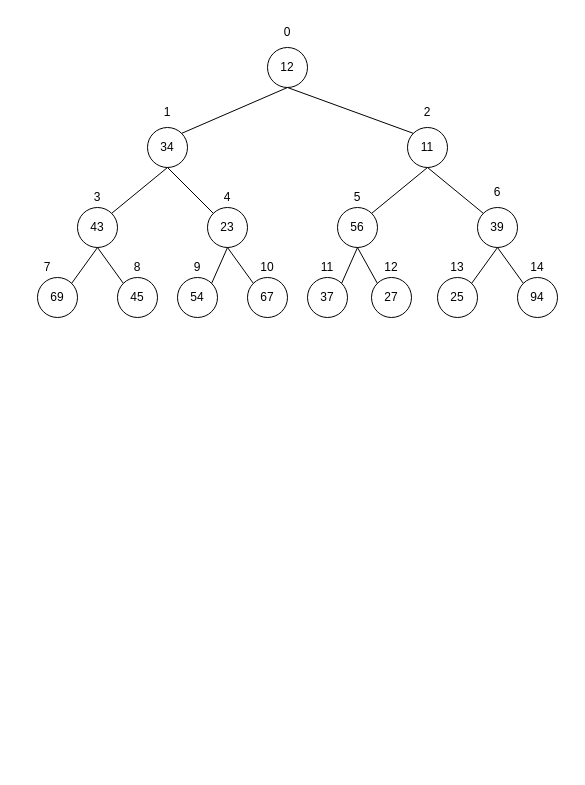
JustBasicOperation/beta-go keeps this draw.io diagram as binary_tree_infer.drawio. Above is the earlier version. Source tidied: cells renumbered, new cells numbered last; positions are measured from the earlier drawing's top-left corner, leaving out a move shared by most shapes. Both pictures are drawn from the tidied source at 100%, with x=0, y=0 at pixel (17, 17).
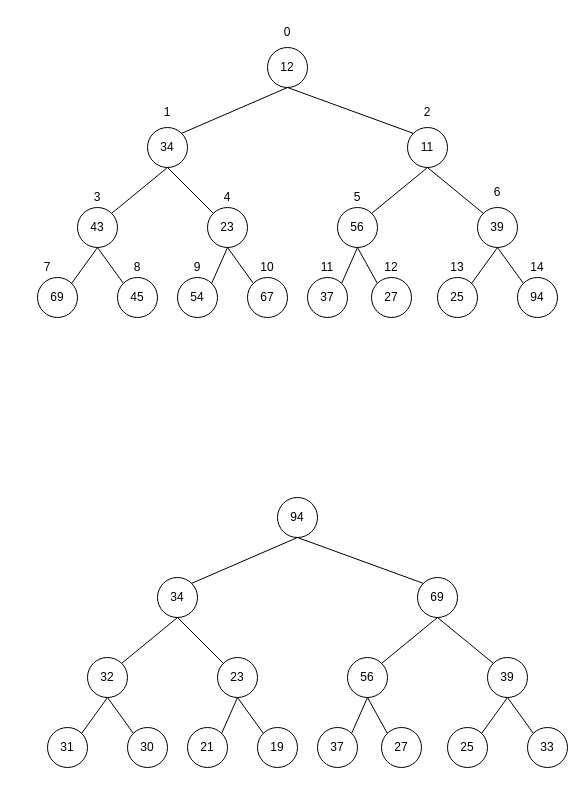
The same page after the edit.

Diff of the diagram source:
```diff
@@
+    <mxCell id="46" value="94" style="ellipse;whiteSpace=wrap;html=1;" parent="1" vertex="1">
+      <mxGeometry x="260" y="480" width="40" height="40" as="geometry" />
+    </mxCell>
+    <mxCell id="47" value="34" style="ellipse;whiteSpace=wrap;html=1;" parent="1" vertex="1">
+      <mxGeometry x="140" y="560" width="40" height="40" as="geometry" />
+    </mxCell>
+    <mxCell id="48" value="69" style="ellipse;whiteSpace=wrap;html=1;" parent="1" vertex="1">
+      <mxGeometry x="400" y="560" width="40" height="40" as="geometry" />
+    </mxCell>
+    <mxCell id="49" value="32" style="ellipse;whiteSpace=wrap;html=1;" parent="1" vertex="1">
+      <mxGeometry x="70" y="640" width="40" height="40" as="geometry" />
+    </mxCell>
+    <mxCell id="50" value="23" style="ellipse;whiteSpace=wrap;html=1;" parent="1" vertex="1">
+      <mxGeometry x="200" y="640" width="40" height="40" as="geometry" />
+    </mxCell>
+    <mxCell id="51" value="56" style="ellipse;whiteSpace=wrap;html=1;" parent="1" vertex="1">
+      <mxGeometry x="330" y="640" width="40" height="40" as="geometry" />
+    </mxCell>
+    <mxCell id="52" value="39" style="ellipse;whiteSpace=wrap;html=1;" parent="1" vertex="1">
+      <mxGeometry x="470" y="640" width="40" height="40" as="geometry" />
+    </mxCell>
+    <mxCell id="53" style="endArrow=none;html=1;rounded=0;entryX=0.5;entryY=1;entryDx=0;entryDy=0;exitX=1;exitY=0;exitDx=0;exitDy=0;" parent="1" edge="1" source="47" target="46">
+      <mxGeometry relative="1" as="geometry" />
+    </mxCell>
+    <mxCell id="54" style="endArrow=none;html=1;rounded=0;entryX=0.5;entryY=1;entryDx=0;entryDy=0;exitX=0;exitY=0;exitDx=0;exitDy=0;" parent="1" edge="1" source="48" target="46">
+      <mxGeometry relative="1" as="geometry" />
+    </mxCell>
+    <mxCell id="55" style="endArrow=none;html=1;rounded=0;entryX=0.5;entryY=1;entryDx=0;entryDy=0;exitX=1;exitY=0;exitDx=0;exitDy=0;" parent="1" edge="1" source="49" target="47">
+      <mxGeometry relative="1" as="geometry" />
+    </mxCell>
+    <mxCell id="56" style="endArrow=none;html=1;rounded=0;entryX=0.5;entryY=1;entryDx=0;entryDy=0;" parent="1" edge="1" source="50" target="47">
+      <mxGeometry relative="1" as="geometry" />
+    </mxCell>
+    <mxCell id="57" style="endArrow=none;html=1;rounded=0;entryX=0.5;entryY=1;entryDx=0;entryDy=0;exitX=1;exitY=0;exitDx=0;exitDy=0;" parent="1" edge="1" source="51" target="48">
+      <mxGeometry relative="1" as="geometry" />
+    </mxCell>
+    <mxCell id="58" style="endArrow=none;html=1;rounded=0;entryX=0.5;entryY=1;entryDx=0;entryDy=0;exitX=0;exitY=0;exitDx=0;exitDy=0;" parent="1" edge="1" source="52" target="48">
+      <mxGeometry relative="1" as="geometry" />
+    </mxCell>
+    <mxCell id="59" value="31" style="ellipse;whiteSpace=wrap;html=1;" parent="1" vertex="1">
+      <mxGeometry x="30" y="710" width="40" height="40" as="geometry" />
+    </mxCell>
+    <mxCell id="60" value="30" style="ellipse;whiteSpace=wrap;html=1;" parent="1" vertex="1">
+      <mxGeometry x="110" y="710" width="40" height="40" as="geometry" />
+    </mxCell>
+    <mxCell id="61" value="21" style="ellipse;whiteSpace=wrap;html=1;" parent="1" vertex="1">
+      <mxGeometry x="170" y="710" width="40" height="40" as="geometry" />
+    </mxCell>
+    <mxCell id="62" value="19" style="ellipse;whiteSpace=wrap;html=1;" parent="1" vertex="1">
+      <mxGeometry x="240" y="710" width="40" height="40" as="geometry" />
+    </mxCell>
+    <mxCell id="63" value="37" style="ellipse;whiteSpace=wrap;html=1;" parent="1" vertex="1">
+      <mxGeometry x="300" y="710" width="40" height="40" as="geometry" />
+    </mxCell>
+    <mxCell id="64" value="27" style="ellipse;whiteSpace=wrap;html=1;" parent="1" vertex="1">
+      <mxGeometry x="364" y="710" width="40" height="40" as="geometry" />
+    </mxCell>
+    <mxCell id="65" value="25" style="ellipse;whiteSpace=wrap;html=1;" parent="1" vertex="1">
+      <mxGeometry x="430" y="710" width="40" height="40" as="geometry" />
+    </mxCell>
+    <mxCell id="66" value="33" style="ellipse;whiteSpace=wrap;html=1;" parent="1" vertex="1">
+      <mxGeometry x="510" y="710" width="40" height="40" as="geometry" />
+    </mxCell>
+    <mxCell id="67" style="endArrow=none;html=1;rounded=0;entryX=0.5;entryY=1;entryDx=0;entryDy=0;exitX=1;exitY=0;exitDx=0;exitDy=0;" parent="1" edge="1" source="59" target="49">
+      <mxGeometry relative="1" as="geometry" />
+    </mxCell>
+    <mxCell id="68" style="endArrow=none;html=1;rounded=0;entryX=0.5;entryY=1;entryDx=0;entryDy=0;exitX=0;exitY=0;exitDx=0;exitDy=0;" parent="1" edge="1" source="60" target="49">
+      <mxGeometry relative="1" as="geometry" />
+    </mxCell>
+    <mxCell id="69" style="endArrow=none;html=1;rounded=0;entryX=0.5;entryY=1;entryDx=0;entryDy=0;exitX=1;exitY=0;exitDx=0;exitDy=0;" parent="1" edge="1" source="61" target="50">
+      <mxGeometry relative="1" as="geometry" />
+    </mxCell>
+    <mxCell id="70" style="endArrow=none;html=1;rounded=0;entryX=0.5;entryY=1;entryDx=0;entryDy=0;exitX=0;exitY=0;exitDx=0;exitDy=0;" parent="1" edge="1" source="62" target="50">
+      <mxGeometry relative="1" as="geometry" />
+    </mxCell>
+    <mxCell id="71" style="endArrow=none;html=1;rounded=0;entryX=0.5;entryY=1;entryDx=0;entryDy=0;exitX=1;exitY=0;exitDx=0;exitDy=0;" parent="1" edge="1" source="63" target="51">
+      <mxGeometry relative="1" as="geometry" />
+    </mxCell>
+    <mxCell id="72" style="endArrow=none;html=1;rounded=0;entryX=0.5;entryY=1;entryDx=0;entryDy=0;exitX=0;exitY=0;exitDx=0;exitDy=0;" parent="1" edge="1" source="64" target="51">
+      <mxGeometry relative="1" as="geometry" />
+    </mxCell>
+    <mxCell id="73" style="endArrow=none;html=1;rounded=0;entryX=0.5;entryY=1;entryDx=0;entryDy=0;exitX=1;exitY=0;exitDx=0;exitDy=0;" parent="1" edge="1" source="65" target="52">
+      <mxGeometry relative="1" as="geometry" />
+    </mxCell>
+    <mxCell id="74" style="endArrow=none;html=1;rounded=0;entryX=0.5;entryY=1;entryDx=0;entryDy=0;exitX=0;exitY=0;exitDx=0;exitDy=0;" parent="1" edge="1" source="66" target="52">
+      <mxGeometry relative="1" as="geometry" />
+    </mxCell>
```
